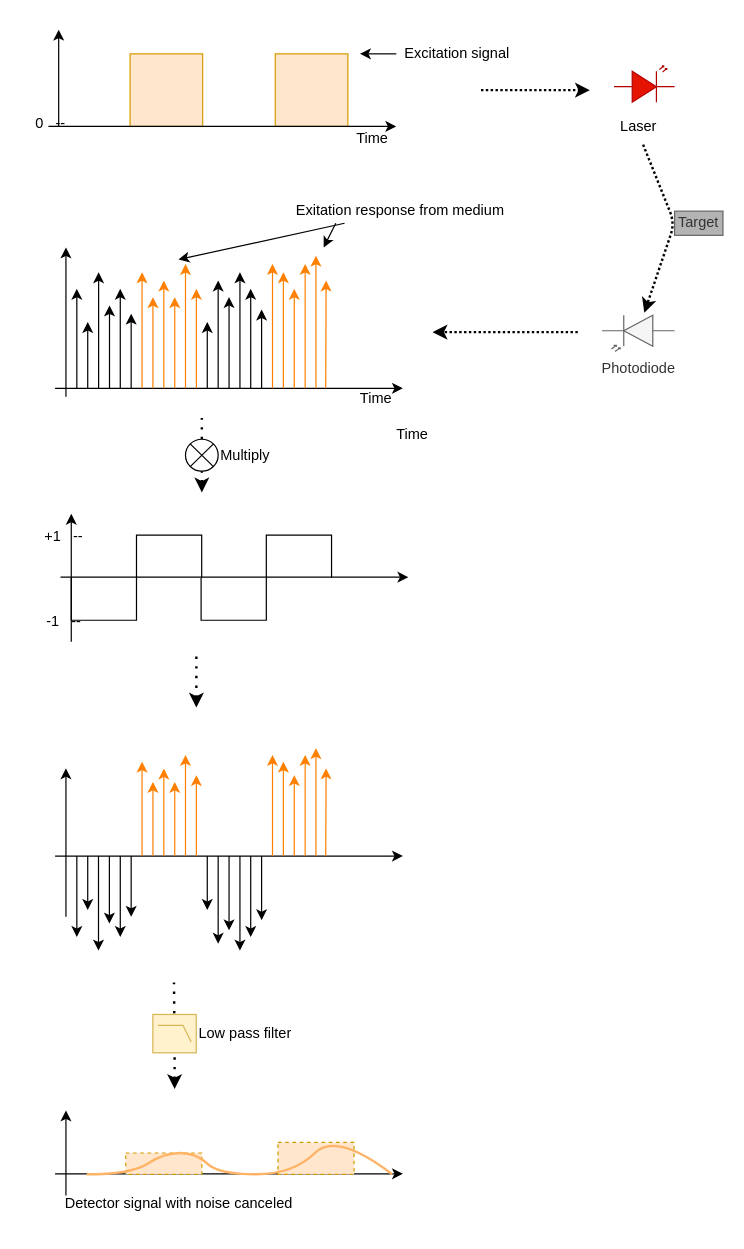
Earlier version of the draw.io diagram page "Signals" (1 of 5) of specs/lockin_detector.drawio (Rune75/Arduino_Synchronous_Detector). Source tidied: cells renumbered, new cells numbered last; positions are measured from the earlier drawing's top-left corner, leaving out a move shared by most shapes. Both pictures are drawn from the tidied source at 121%, with x=0, y=0 at pixel (21, 29).
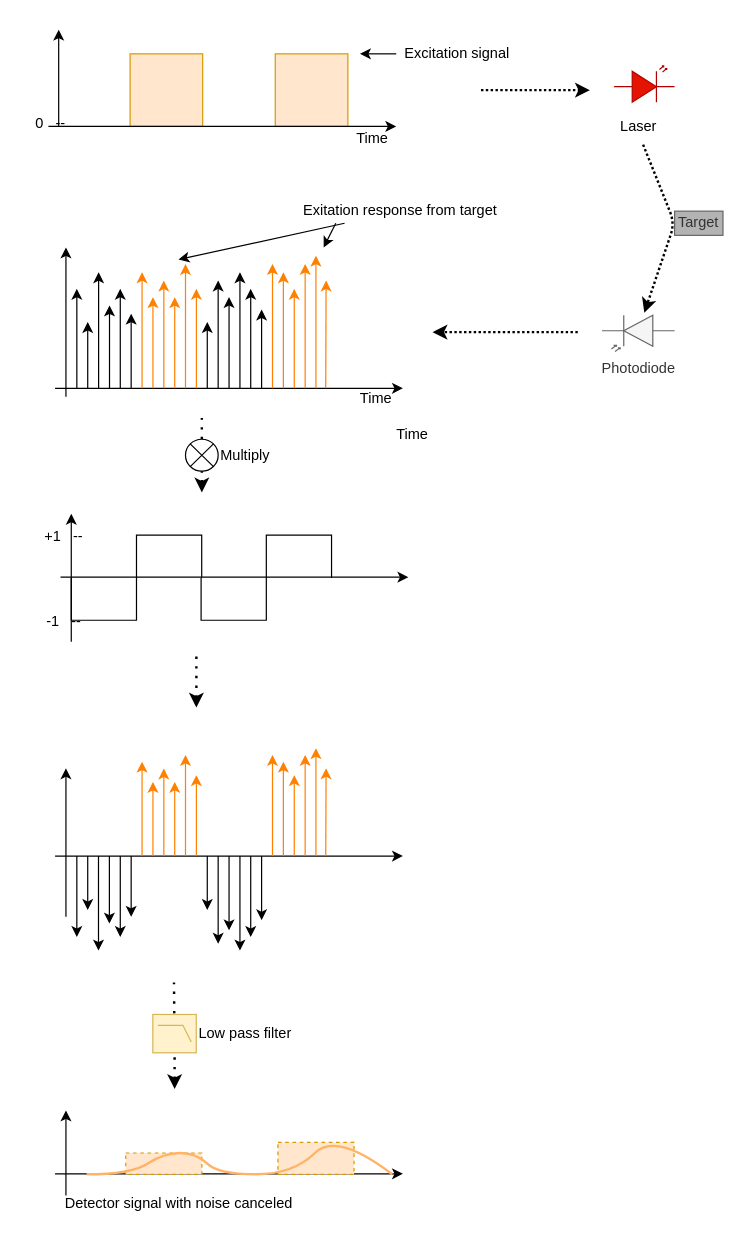
The same diagram, later.

What changed in the source:
```diff
@@
-    <mxCell id="97" value="Exitation response from medium" style="text;html=1;align=center;verticalAlign=middle;points=[];" parent="1" vertex="1">
-      <mxGeometry x="218" y="140" width="190" height="20" as="geometry" />
+    <mxCell id="97" value="Exitation response from target" style="text;html=1;align=center;verticalAlign=middle;points=[];" parent="1" vertex="1">
+      <mxGeometry x="223" y="140" width="180" height="20" as="geometry" />
     </mxCell>
```
